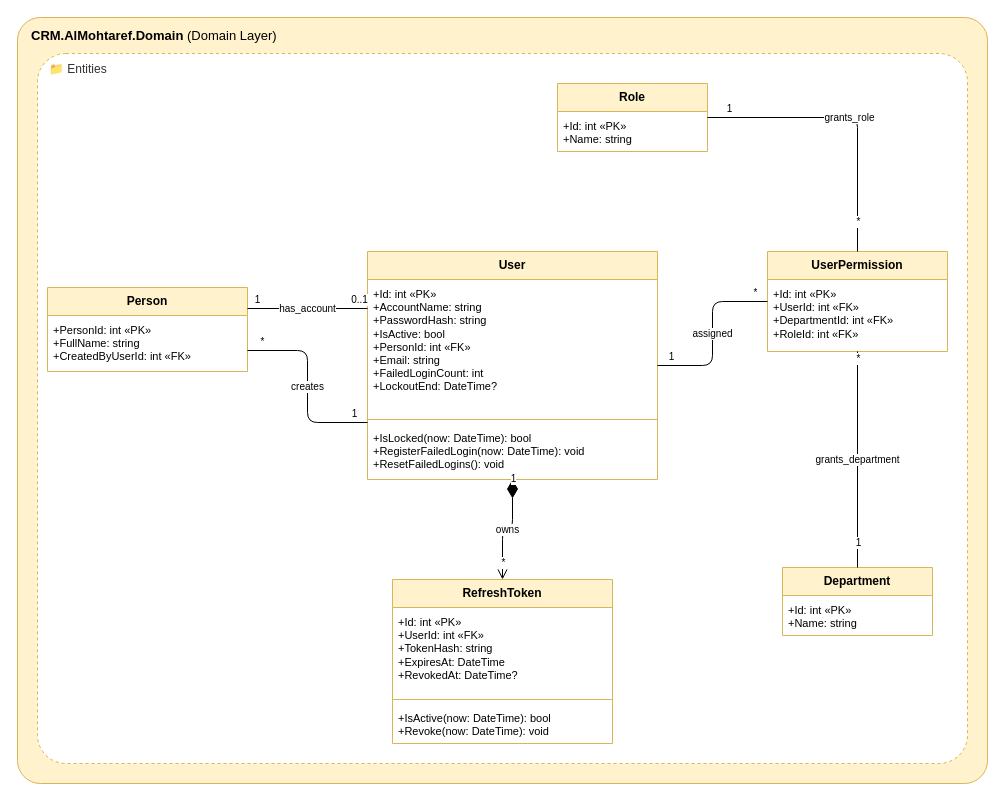
QF-MJ/crm-al-mohtaref keeps this draw.io diagram as page "02 Identity & Access" (2 of 5) of docs/design/class-design/domain.drawio. Above is the earlier version. Source tidied: cells renumbered, new cells numbered last; positions are measured from the earlier drawing's top-left corner, leaving out a move shared by most shapes. Both pictures are drawn from the tidied source at 100%, with x=0, y=0 at pixel (17, 17).
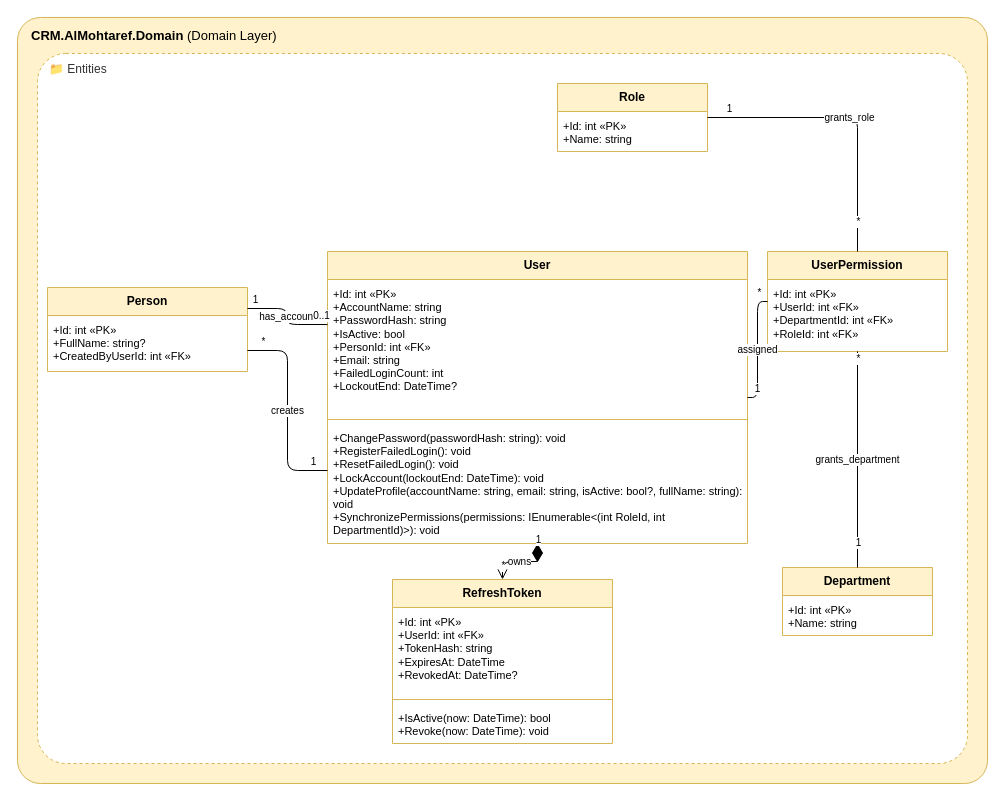
After the change.

The change refers to these unchanged cells:
```xml
<mxCell id="3" value="&amp;#128193; Entities" style="rounded=1;whiteSpace=wrap;html=1;verticalAlign=top;align=left;spacingLeft=10;spacingTop=2;arcSize=4;fillColor=#FFFFFF;strokeColor=#d6b656;dashed=1;fontSize=12;fontColor=#333333;" parent="2" vertex="1">
  <mxGeometry x="20" y="36" width="930" height="710" as="geometry" />
</mxCell>
<mxCell id="8" value="&lt;b&gt;Person&lt;/b&gt;" style="swimlane;fontStyle=0;align=center;verticalAlign=middle;horizontal=1;startSize=28;html=1;whiteSpace=wrap;fontSize=12;fillColor=#fff2cc;strokeColor=#d6b656;swimlaneFillColor=#FFFFFF;" parent="3" vertex="1">
  <mxGeometry x="10" y="234" width="200" height="84" as="geometry" />
</mxCell>
```

Change to the diagram source:
```diff
@@
-    <mxCell id="9" value="+PersonId: int «PK»&lt;br&gt;+FullName: string&lt;br&gt;+CreatedByUserId: int «FK»" style="text;strokeColor=none;fillColor=none;align=left;verticalAlign=top;spacingLeft=4;spacingRight=4;spacingTop=2;overflow=hidden;whiteSpace=wrap;html=1;fontSize=11;" parent="8" vertex="1">
+    <mxCell id="9" value="+Id: int «PK»&lt;br&gt;+FullName: string?&lt;br&gt;+CreatedByUserId: int «FK»" style="text;strokeColor=none;fillColor=none;align=left;verticalAlign=top;spacingLeft=4;spacingRight=4;spacingTop=2;overflow=hidden;whiteSpace=wrap;html=1;fontSize=11;" parent="8" vertex="1">
       <mxGeometry y="28" width="200" height="56" as="geometry" />
     </mxCell>
     <mxCell id="10" value="&lt;b&gt;User&lt;/b&gt;" style="swimlane;fontStyle=0;align=center;verticalAlign=middle;horizontal=1;startSize=28;html=1;whiteSpace=wrap;fontSize=12;fillColor=#fff2cc;strokeColor=#d6b656;swimlaneFillColor=#FFFFFF;" parent="3" vertex="1">
-      <mxGeometry x="330" y="198" width="290" height="228" as="geometry" />
+      <mxGeometry x="290" y="198" width="420" height="292" as="geometry" />
     </mxCell>
     <mxCell id="11" value="+Id: int «PK»&lt;br&gt;+AccountName: string&lt;br&gt;+PasswordHash: string&lt;br&gt;+IsActive: bool&lt;br&gt;+PersonId: int «FK»&lt;br&gt;+Email: string&lt;br&gt;+FailedLoginCount: int&lt;br&gt;+LockoutEnd: DateTime?" style="text;strokeColor=none;fillColor=none;align=left;verticalAlign=top;spacingLeft=4;spacingRight=4;spacingTop=2;overflow=hidden;whiteSpace=wrap;html=1;fontSize=11;" parent="10" vertex="1">
-      <mxGeometry y="28" width="290" height="136" as="geometry" />
+      <mxGeometry y="28" width="420" height="136" as="geometry" />
     </mxCell>
     <mxCell id="12" style="line;strokeWidth=1;fillColor=none;align=left;verticalAlign=middle;spacingTop=-1;spacingLeft=3;spacingRight=3;labelPosition=right;strokeColor=inherit;" parent="10" vertex="1">
-      <mxGeometry y="164" width="290" height="8" as="geometry" />
+      <mxGeometry y="164" width="420" height="8" as="geometry" />
     </mxCell>
-    <mxCell id="13" value="+IsLocked(now: DateTime): bool&lt;br&gt;+RegisterFailedLogin(now: DateTime): void&lt;br&gt;+ResetFailedLogins(): void" style="text;strokeColor=none;fillColor=none;align=left;verticalAlign=top;spacingLeft=4;spacingRight=4;spacingTop=2;overflow=hidden;whiteSpace=wrap;html=1;fontSize=11;" parent="10" vertex="1">
-      <mxGeometry y="172" width="290" height="56" as="geometry" />
+    <mxCell id="13" value="+ChangePassword(passwordHash: string): void&lt;br&gt;+RegisterFailedLogin(): void&lt;br&gt;+ResetFailedLogin(): void&lt;br&gt;+LockAccount(lockoutEnd: DateTime): void&lt;br&gt;+UpdateProfile(accountName: string, email: string, isActive: bool?, fullName: string): void&lt;br&gt;+SynchronizePermissions(permissions: IEnumerable&amp;lt;(int RoleId, int DepartmentId)&amp;gt;): void" style="text;strokeColor=none;fillColor=none;align=left;verticalAlign=top;spacingLeft=4;spacingRight=4;spacingTop=2;overflow=hidden;whiteSpace=wrap;html=1;fontSize=11;" parent="10" vertex="1">
+      <mxGeometry y="172" width="420" height="120" as="geometry" />
     </mxCell>
```
